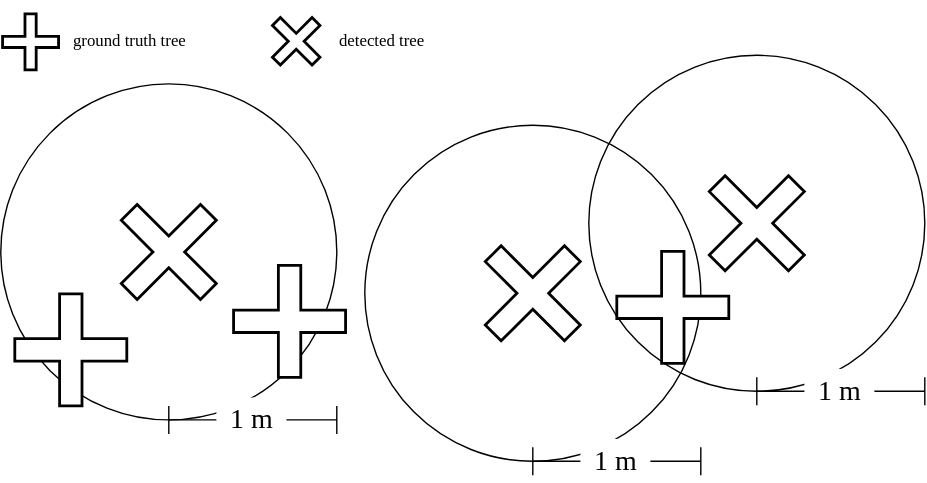
Earlier version of the draw.io export documentation/img/STDL-TreeDet-AssessmentScript-ComplexCase.svg (swiss-territorial-data-lab/treedet-toolkit). Source tidied: cells renumbered, new cells last; positions are measured from the earlier drawing's top-left corner, leaving out a move shared by most shapes.
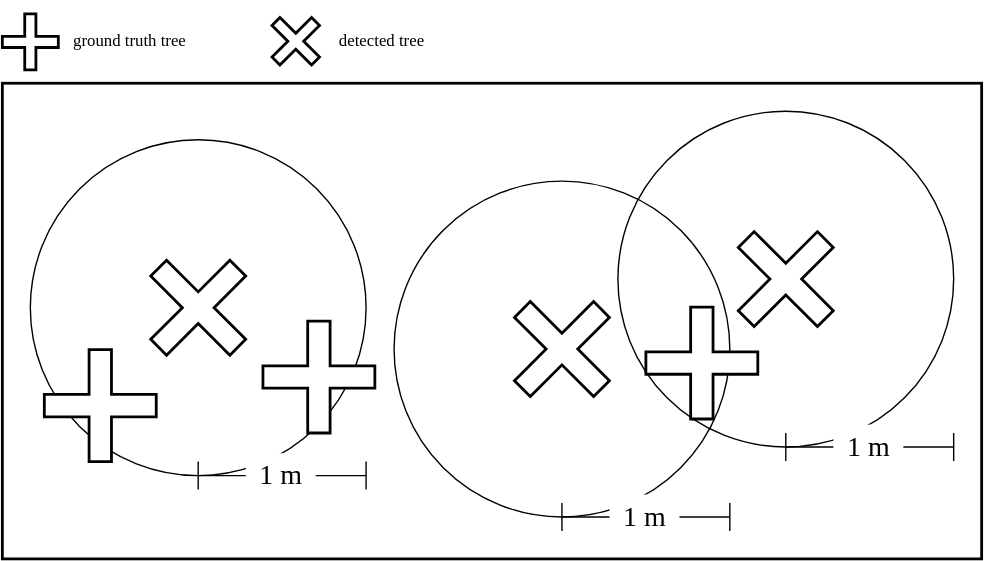
After the commit.

What changed in the source:
```diff
@@ -2,62 +2,65 @@
   <root>
     <mxCell id="0" />
     <mxCell id="1" parent="0" />
-    <mxCell id="2" style="ellipse;whiteSpace=wrap;html=1;fontFamily=Lucida Console;fontSize=20;fillColor=none;" parent="1" vertex="1">
-      <mxGeometry x="420" y="30" width="240" height="240" as="geometry" />
+    <mxCell id="2" style="rounded=0;whiteSpace=wrap;html=1;fillColor=none;strokeWidth=2;" parent="1" vertex="1">
+      <mxGeometry x="-20" y="10" width="700" height="340" as="geometry" />
     </mxCell>
     <mxCell id="3" style="ellipse;whiteSpace=wrap;html=1;fontFamily=Lucida Console;fontSize=20;fillColor=none;" parent="1" vertex="1">
-      <mxGeometry y="50.4" width="240" height="240" as="geometry" />
+      <mxGeometry x="420" y="30" width="240" height="240" as="geometry" />
     </mxCell>
-    <mxCell id="4" style="shape=crossbar;whiteSpace=wrap;html=1;rounded=1;fontFamily=Lucida Console;fontSize=20;" parent="1" vertex="1">
-      <mxGeometry x="120" y="280.4" width="120" height="20" as="geometry" />
+    <mxCell id="4" style="ellipse;whiteSpace=wrap;html=1;fontFamily=Lucida Console;fontSize=20;fillColor=none;" parent="1" vertex="1">
+      <mxGeometry y="50.4" width="240" height="240" as="geometry" />
     </mxCell>
-    <mxCell id="5" value="1 m" style="text;html=1;align=center;verticalAlign=middle;fontSize=20;fontFamily=Lucida Console;fontStyle=0;fillColor=default;" parent="1" vertex="1">
-      <mxGeometry x="154" y="274.4" width="50" height="30" as="geometry" />
+    <mxCell id="5" style="shape=crossbar;whiteSpace=wrap;html=1;rounded=1;fontFamily=Lucida Console;fontSize=20;" parent="1" vertex="1">
+      <mxGeometry x="120" y="280.4" width="120" height="20" as="geometry" />
     </mxCell>
-    <mxCell id="6" style="shape=cross;whiteSpace=wrap;html=1;rotation=-45;fontStyle=1;strokeWidth=2;fontSize=12;" parent="1" vertex="1">
-      <mxGeometry x="191" width="40" height="40" as="geometry" />
+    <mxCell id="6" value="1 m" style="text;html=1;align=center;verticalAlign=middle;fontSize=20;fontFamily=Lucida Console;fontStyle=0;fillColor=default;" parent="1" vertex="1">
+      <mxGeometry x="154" y="274.4" width="50" height="30" as="geometry" />
     </mxCell>
-    <mxCell id="7" value="&lt;div style=&quot;font-size: 12px;&quot;&gt;detected tree&lt;br style=&quot;font-size: 12px;&quot;&gt;&lt;/div&gt;" style="text;html=1;strokeColor=none;fillColor=none;align=left;verticalAlign=middle;whiteSpace=wrap;rounded=0;fontFamily=Lucida Console;fontSize=12;" parent="1" vertex="1">
-      <mxGeometry x="240.3" width="99.7" height="40.4" as="geometry" />
+    <mxCell id="7" style="shape=cross;whiteSpace=wrap;html=1;rotation=-45;fontStyle=1;strokeWidth=2;fontSize=12;" parent="1" vertex="1">
+      <mxGeometry x="169.7" y="-40" width="40" height="40" as="geometry" />
     </mxCell>
-    <mxCell id="8" style="shape=cross;whiteSpace=wrap;html=1;rotation=0;fontStyle=1;strokeWidth=2;fontSize=12;" parent="1" vertex="1">
-      <mxGeometry x="1.3" y="0.4" width="40" height="40" as="geometry" />
+    <mxCell id="8" value="&lt;div style=&quot;font-size: 12px;&quot;&gt;detected tree&lt;br style=&quot;font-size: 12px;&quot;&gt;&lt;/div&gt;" style="text;html=1;strokeColor=none;fillColor=none;align=left;verticalAlign=middle;whiteSpace=wrap;rounded=0;fontFamily=Lucida Console;fontSize=12;" parent="1" vertex="1">
+      <mxGeometry x="219" y="-40" width="99.7" height="40.4" as="geometry" />
     </mxCell>
-    <mxCell id="9" value="ground truth tree" style="text;html=1;strokeColor=none;fillColor=none;align=left;verticalAlign=middle;whiteSpace=wrap;rounded=0;fontFamily=Lucida Console;fontSize=12;" parent="1" vertex="1">
-      <mxGeometry x="50.3" y="0.4" width="129.7" height="40" as="geometry" />
+    <mxCell id="9" style="shape=cross;whiteSpace=wrap;html=1;rotation=0;fontStyle=1;strokeWidth=2;fontSize=12;" parent="1" vertex="1">
+      <mxGeometry x="-20" y="-39.6" width="40" height="40" as="geometry" />
     </mxCell>
-    <mxCell id="10" style="shape=cross;whiteSpace=wrap;html=1;rotation=-45;strokeWidth=2;perimeterSpacing=1;fontStyle=1;" parent="1" vertex="1">
-      <mxGeometry x="80" y="130.4" width="80" height="80" as="geometry" />
+    <mxCell id="10" value="ground truth tree" style="text;html=1;strokeColor=none;fillColor=none;align=left;verticalAlign=middle;whiteSpace=wrap;rounded=0;fontFamily=Lucida Console;fontSize=12;" parent="1" vertex="1">
+      <mxGeometry x="29" y="-39.6" width="129.7" height="40" as="geometry" />
     </mxCell>
-    <mxCell id="11" style="shape=cross;whiteSpace=wrap;html=1;fontStyle=1;strokeWidth=2;" parent="1" vertex="1">
-      <mxGeometry x="10" y="200.4" width="80" height="80" as="geometry" />
+    <mxCell id="11" style="shape=cross;whiteSpace=wrap;html=1;rotation=-45;strokeWidth=2;perimeterSpacing=1;fontStyle=1;" parent="1" vertex="1">
+      <mxGeometry x="80" y="130.4" width="80" height="80" as="geometry" />
     </mxCell>
     <mxCell id="12" style="shape=cross;whiteSpace=wrap;html=1;fontStyle=1;strokeWidth=2;" parent="1" vertex="1">
-      <mxGeometry x="166.3" y="180" width="80" height="80" as="geometry" />
+      <mxGeometry x="10" y="200.4" width="80" height="80" as="geometry" />
     </mxCell>
-    <mxCell id="13" style="ellipse;whiteSpace=wrap;html=1;fontFamily=Lucida Console;fontSize=20;fillColor=none;" parent="1" vertex="1">
-      <mxGeometry x="260" y="80" width="240" height="240" as="geometry" />
+    <mxCell id="13" style="shape=cross;whiteSpace=wrap;html=1;fontStyle=1;strokeWidth=2;" parent="1" vertex="1">
+      <mxGeometry x="166.3" y="180" width="80" height="80" as="geometry" />
     </mxCell>
-    <mxCell id="14" style="shape=crossbar;whiteSpace=wrap;html=1;rounded=1;fontFamily=Lucida Console;fontSize=20;" parent="1" vertex="1">
-      <mxGeometry x="380" y="310" width="120" height="20" as="geometry" />
+    <mxCell id="14" style="ellipse;whiteSpace=wrap;html=1;fontFamily=Lucida Console;fontSize=20;fillColor=none;" parent="1" vertex="1">
+      <mxGeometry x="260" y="80" width="240" height="240" as="geometry" />
     </mxCell>
-    <mxCell id="15" value="1 m" style="text;html=1;align=center;verticalAlign=middle;fontSize=20;fontFamily=Lucida Console;fontStyle=0;fillColor=default;" parent="1" vertex="1">
-      <mxGeometry x="414" y="304" width="50" height="30" as="geometry" />
+    <mxCell id="15" style="shape=crossbar;whiteSpace=wrap;html=1;rounded=1;fontFamily=Lucida Console;fontSize=20;" parent="1" vertex="1">
+      <mxGeometry x="380" y="310" width="120" height="20" as="geometry" />
     </mxCell>
-    <mxCell id="16" style="shape=cross;whiteSpace=wrap;html=1;rotation=-45;strokeWidth=2;perimeterSpacing=1;fontStyle=1;" parent="1" vertex="1">
-      <mxGeometry x="340" y="160" width="80" height="80" as="geometry" />
+    <mxCell id="16" value="1 m" style="text;html=1;align=center;verticalAlign=middle;fontSize=20;fontFamily=Lucida Console;fontStyle=0;fillColor=default;" parent="1" vertex="1">
+      <mxGeometry x="414" y="304" width="50" height="30" as="geometry" />
     </mxCell>
-    <mxCell id="17" style="shape=cross;whiteSpace=wrap;html=1;fontStyle=1;strokeWidth=2;" parent="1" vertex="1">
-      <mxGeometry x="440" y="170" width="80" height="80" as="geometry" />
+    <mxCell id="17" style="shape=cross;whiteSpace=wrap;html=1;rotation=-45;strokeWidth=2;perimeterSpacing=1;fontStyle=1;" parent="1" vertex="1">
+      <mxGeometry x="340" y="160" width="80" height="80" as="geometry" />
     </mxCell>
-    <mxCell id="18" style="shape=cross;whiteSpace=wrap;html=1;rotation=-45;strokeWidth=2;perimeterSpacing=1;fontStyle=1;" parent="1" vertex="1">
-      <mxGeometry x="500" y="110" width="80" height="80" as="geometry" />
+    <mxCell id="18" style="shape=cross;whiteSpace=wrap;html=1;fontStyle=1;strokeWidth=2;" parent="1" vertex="1">
+      <mxGeometry x="440" y="170" width="80" height="80" as="geometry" />
     </mxCell>
-    <mxCell id="19" style="shape=crossbar;whiteSpace=wrap;html=1;rounded=1;fontFamily=Lucida Console;fontSize=20;" parent="1" vertex="1">
-      <mxGeometry x="540" y="260" width="120" height="20" as="geometry" />
+    <mxCell id="19" style="shape=cross;whiteSpace=wrap;html=1;rotation=-45;strokeWidth=2;perimeterSpacing=1;fontStyle=1;" parent="1" vertex="1">
+      <mxGeometry x="500" y="110" width="80" height="80" as="geometry" />
     </mxCell>
-    <mxCell id="20" value="1 m" style="text;html=1;align=center;verticalAlign=middle;fontSize=20;fontFamily=Lucida Console;fontStyle=0;fillColor=default;" parent="1" vertex="1">
-      <mxGeometry x="574" y="254" width="50" height="30" as="geometry" />
+    <mxCell id="20" style="shape=crossbar;whiteSpace=wrap;html=1;rounded=1;fontFamily=Lucida Console;fontSize=20;" parent="1" vertex="1">
+      <mxGeometry x="540" y="260" width="120" height="20" as="geometry" />
     </mxCell>
+    <mxCell id="21" value="1 m" style="text;html=1;align=center;verticalAlign=middle;fontSize=20;fontFamily=Lucida Console;fontStyle=0;fillColor=default;" parent="1" vertex="1">
+      <mxGeometry x="574" y="254" width="50" height="30" as="geometry" />
+    </mxCell>
   </root>
 </mxGraphModel>
```
